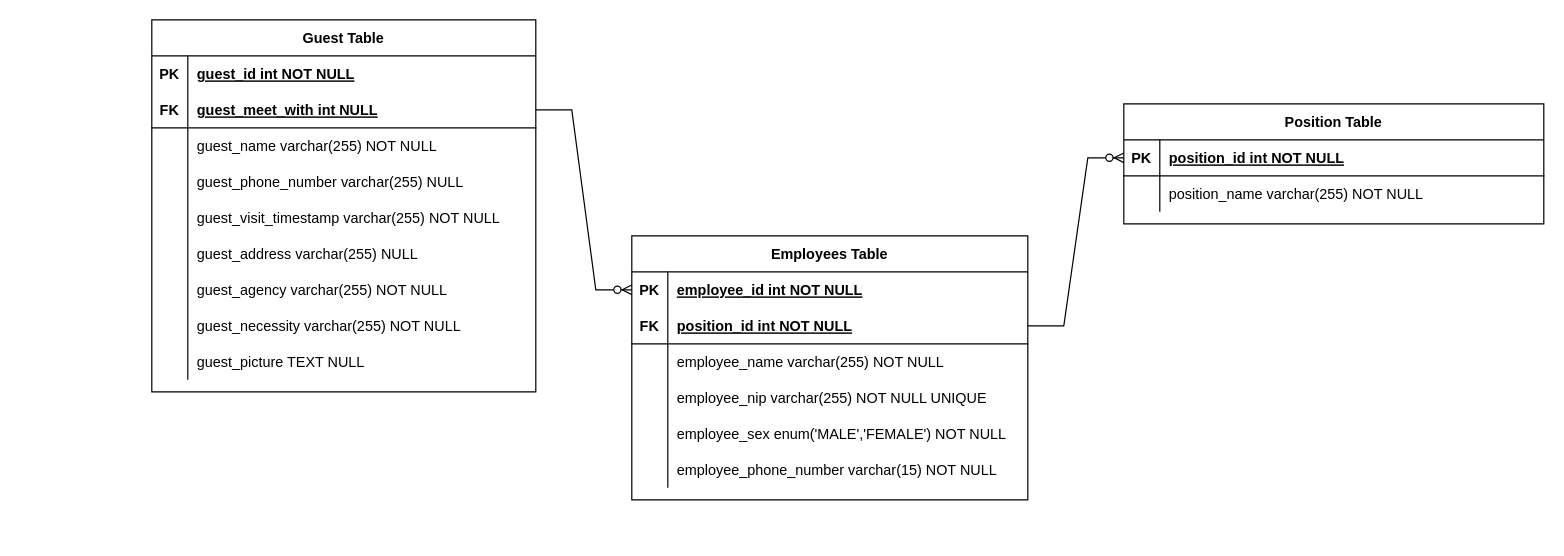
yafizh/BPTP-Guest-Book keeps this draw.io diagram as app/database/Database Scheme.drawio. Above is the earlier version. Source tidied: cells renumbered, new cells numbered last; positions are measured from the earlier drawing's top-left corner, leaving out a move shared by most shapes. Both pictures are drawn from the tidied source at 120%, with x=0, y=0 at pixel (151, 19).
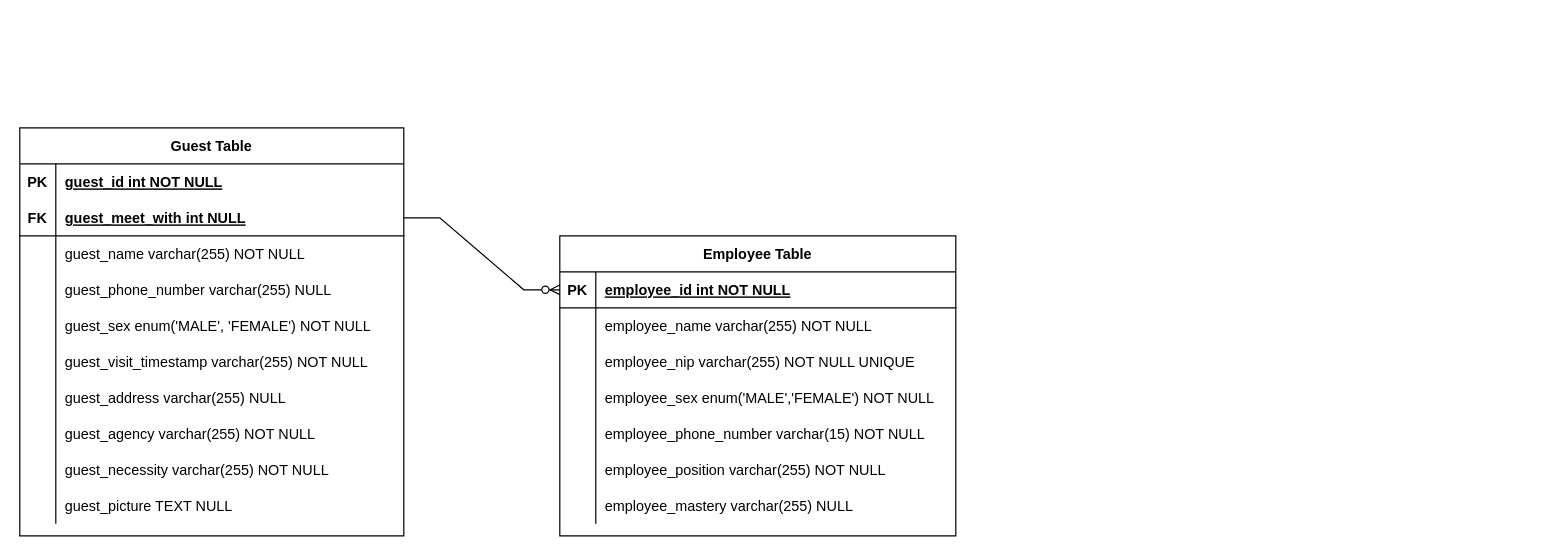
The same page after the edit.

What changed in the source:
```diff
@@
     <mxCell id="2" value="Guest Table" style="shape=table;startSize=30;childLayout=tableLayout;rowLines=0;fontStyle=1;align=center;" parent="1" vertex="1">
-      <mxGeometry width="320" height="310" as="geometry" />
+      <mxGeometry x="-110" y="90" width="320" height="340" as="geometry" />
     </mxCell>
@@
+    <mxCell id="58" style="shape=partialRectangle;fillColor=none;top=0;left=0;right=0;bottom=0;" parent="2" vertex="1">
+      <mxGeometry y="150" width="320" height="30" as="geometry" />
+    </mxCell>
+    <mxCell id="59" style="shape=partialRectangle;overflow=hidden;fillColor=none;top=0;left=0;bottom=0;right=0;" parent="58" vertex="1">
+      <mxGeometry width="30" height="30" as="geometry" />
+    </mxCell>
+    <mxCell id="60" value="guest_sex enum('MALE', 'FEMALE') NOT NULL" style="shape=partialRectangle;overflow=hidden;fillColor=none;top=0;left=0;bottom=0;right=0;align=left;spacingLeft=6;" parent="58" vertex="1">
+      <mxGeometry x="30" width="290" height="30" as="geometry" />
+    </mxCell>
     <mxCell id="15" style="shape=partialRectangle;fillColor=none;top=0;left=0;right=0;bottom=0;" parent="2" vertex="1">
-      <mxGeometry y="150" width="320" height="30" as="geometry" />
+      <mxGeometry y="180" width="320" height="30" as="geometry" />
     </mxCell>
@@
     <mxCell id="18" style="shape=partialRectangle;fillColor=none;top=0;left=0;right=0;bottom=0;" parent="2" vertex="1">
-      <mxGeometry y="180" width="320" height="30" as="geometry" />
+      <mxGeometry y="210" width="320" height="30" as="geometry" />
     </mxCell>
@@
     <mxCell id="21" style="shape=partialRectangle;fillColor=none;top=0;left=0;right=0;bottom=0;" parent="2" vertex="1">
-      <mxGeometry y="210" width="320" height="30" as="geometry" />
+      <mxGeometry y="240" width="320" height="30" as="geometry" />
     </mxCell>
@@
     <mxCell id="24" style="shape=partialRectangle;fillColor=none;top=0;left=0;right=0;bottom=0;" parent="2" vertex="1">
-      <mxGeometry y="240" width="320" height="30" as="geometry" />
+      <mxGeometry y="270" width="320" height="30" as="geometry" />
     </mxCell>
@@
     <mxCell id="27" style="shape=partialRectangle;fillColor=none;top=0;left=0;right=0;bottom=0;" parent="2" vertex="1">
-      <mxGeometry y="270" width="320" height="30" as="geometry" />
+      <mxGeometry y="300" width="320" height="30" as="geometry" />
     </mxCell>
@@
-    <mxCell id="30" value="Employees Table" style="shape=table;startSize=30;childLayout=tableLayout;rowLines=0;fontStyle=1;align=center;" parent="1" vertex="1">
-      <mxGeometry x="400" y="180" width="330" height="220" as="geometry" />
+    <mxCell id="30" value="Employee Table" style="shape=table;startSize=30;childLayout=tableLayout;rowLines=0;fontStyle=1;align=center;" parent="1" vertex="1">
+      <mxGeometry x="340" y="180" width="330" height="250" as="geometry" />
     </mxCell>
-    <mxCell id="31" style="shape=partialRectangle;fillColor=none;points=[[0,0.5],[1,0.5]];portConstraint=eastwest;top=0;left=0;right=0;bottom=1;strokeColor=none;" parent="30" vertex="1">
+    <mxCell id="31" style="shape=partialRectangle;fillColor=none;points=[[0,0.5],[1,0.5]];portConstraint=eastwest;top=0;left=0;right=0;bottom=1;strokeColor=default;" parent="30" vertex="1">
       <mxGeometry y="30" width="330" height="30" as="geometry" />
     </mxCell>
@@
-    <mxCell id="34" style="shape=partialRectangle;fillColor=none;points=[[0,0.5],[1,0.5]];portConstraint=eastwest;top=0;left=0;right=0;bottom=1;strokeColor=default;" parent="30" vertex="1">
-      <mxGeometry y="60" width="330" height="30" as="geometry" />
-    </mxCell>
-    <mxCell id="35" value="FK" style="shape=partialRectangle;overflow=hidden;fillColor=none;top=0;left=0;bottom=0;right=0;fontStyle=1;" parent="34" vertex="1">
-      <mxGeometry width="30" height="30" as="geometry" />
-    </mxCell>
-    <mxCell id="36" value="position_id int NOT NULL " style="shape=partialRectangle;overflow=hidden;fillColor=none;top=0;left=0;bottom=0;right=0;align=left;spacingLeft=6;fontStyle=5;" parent="34" vertex="1">
-      <mxGeometry x="30" width="300" height="30" as="geometry" />
-    </mxCell>
     <mxCell id="37" style="shape=partialRectangle;fillColor=none;top=0;left=0;right=0;bottom=0;" parent="30" vertex="1">
-      <mxGeometry y="90" width="330" height="30" as="geometry" />
+      <mxGeometry y="60" width="330" height="30" as="geometry" />
     </mxCell>
@@
     <mxCell id="40" style="shape=partialRectangle;fillColor=none;top=0;left=0;right=0;bottom=0;" parent="30" vertex="1">
-      <mxGeometry y="120" width="330" height="30" as="geometry" />
+      <mxGeometry y="90" width="330" height="30" as="geometry" />
     </mxCell>
@@
     <mxCell id="43" style="shape=partialRectangle;fillColor=none;top=0;left=0;right=0;bottom=0;" parent="30" vertex="1">
-      <mxGeometry y="150" width="330" height="30" as="geometry" />
+      <mxGeometry y="120" width="330" height="30" as="geometry" />
     </mxCell>
@@
     <mxCell id="46" style="shape=partialRectangle;fillColor=none;top=0;left=0;right=0;bottom=0;" parent="30" vertex="1">
-      <mxGeometry y="180" width="330" height="30" as="geometry" />
+      <mxGeometry y="150" width="330" height="30" as="geometry" />
     </mxCell>
@@
+    <mxCell id="61" style="shape=partialRectangle;fillColor=none;top=0;left=0;right=0;bottom=0;" parent="30" vertex="1">
+      <mxGeometry y="180" width="330" height="30" as="geometry" />
+    </mxCell>
+    <mxCell id="62" style="shape=partialRectangle;overflow=hidden;fillColor=none;top=0;left=0;bottom=0;right=0;" parent="61" vertex="1">
+      <mxGeometry width="30" height="30" as="geometry" />
+    </mxCell>
+    <mxCell id="63" value="employee_position varchar(255) NOT NULL" style="shape=partialRectangle;overflow=hidden;fillColor=none;top=0;left=0;bottom=0;right=0;align=left;spacingLeft=6;" parent="61" vertex="1">
+      <mxGeometry x="30" width="300" height="30" as="geometry" />
+    </mxCell>
+    <mxCell id="64" style="shape=partialRectangle;fillColor=none;top=0;left=0;right=0;bottom=0;" parent="30" vertex="1">
+      <mxGeometry y="210" width="330" height="30" as="geometry" />
+    </mxCell>
+    <mxCell id="65" style="shape=partialRectangle;overflow=hidden;fillColor=none;top=0;left=0;bottom=0;right=0;" parent="64" vertex="1">
+      <mxGeometry width="30" height="30" as="geometry" />
+    </mxCell>
+    <mxCell id="66" value="employee_mastery varchar(255) NULL" style="shape=partialRectangle;overflow=hidden;fillColor=none;top=0;left=0;bottom=0;right=0;align=left;spacingLeft=6;" parent="64" vertex="1">
+      <mxGeometry x="30" width="300" height="30" as="geometry" />
+    </mxCell>
@@
-    <mxCell id="50" value="Position Table" style="shape=table;startSize=30;childLayout=tableLayout;rowLines=0;fontStyle=1;align=center;" parent="1" vertex="1">
-      <mxGeometry x="810" y="70" width="350" height="100" as="geometry" />
-    </mxCell>
-    <mxCell id="51" style="shape=partialRectangle;fillColor=none;points=[[0,0.5],[1,0.5]];portConstraint=eastwest;top=0;left=0;right=0;bottom=1;" parent="50" vertex="1">
-      <mxGeometry y="30" width="350" height="30" as="geometry" />
-    </mxCell>
-    <mxCell id="52" value="PK" style="shape=partialRectangle;overflow=hidden;fillColor=none;top=0;left=0;bottom=0;right=0;fontStyle=1;" parent="51" vertex="1">
-      <mxGeometry width="30" height="30" as="geometry" />
-    </mxCell>
-    <mxCell id="53" value="position_id int NOT NULL " style="shape=partialRectangle;overflow=hidden;fillColor=none;top=0;left=0;bottom=0;right=0;align=left;spacingLeft=6;fontStyle=5;" parent="51" vertex="1">
-      <mxGeometry x="30" width="320" height="30" as="geometry" />
-    </mxCell>
-    <mxCell id="54" style="shape=partialRectangle;fillColor=none;top=0;left=0;right=0;bottom=0;" parent="50" vertex="1">
-      <mxGeometry y="60" width="350" height="30" as="geometry" />
-    </mxCell>
-    <mxCell id="55" style="shape=partialRectangle;overflow=hidden;fillColor=none;top=0;left=0;bottom=0;right=0;" parent="54" vertex="1">
-      <mxGeometry width="30" height="30" as="geometry" />
-    </mxCell>
-    <mxCell id="56" value="position_name varchar(255) NOT NULL" style="shape=partialRectangle;overflow=hidden;fillColor=none;top=0;left=0;bottom=0;right=0;align=left;spacingLeft=6;" parent="54" vertex="1">
-      <mxGeometry x="30" width="320" height="30" as="geometry" />
-    </mxCell>
-    <mxCell id="57" style="edgeStyle=entityRelationEdgeStyle;fontSize=12;html=1;endArrow=ERzeroToMany;endFill=1;rounded=0;entryX=0;entryY=0.5;entryDx=0;entryDy=0;exitX=1;exitY=0.5;exitDx=0;exitDy=0;" parent="1" edge="1" source="34" target="51">
-      <mxGeometry relative="1" as="geometry" />
-    </mxCell>
```
